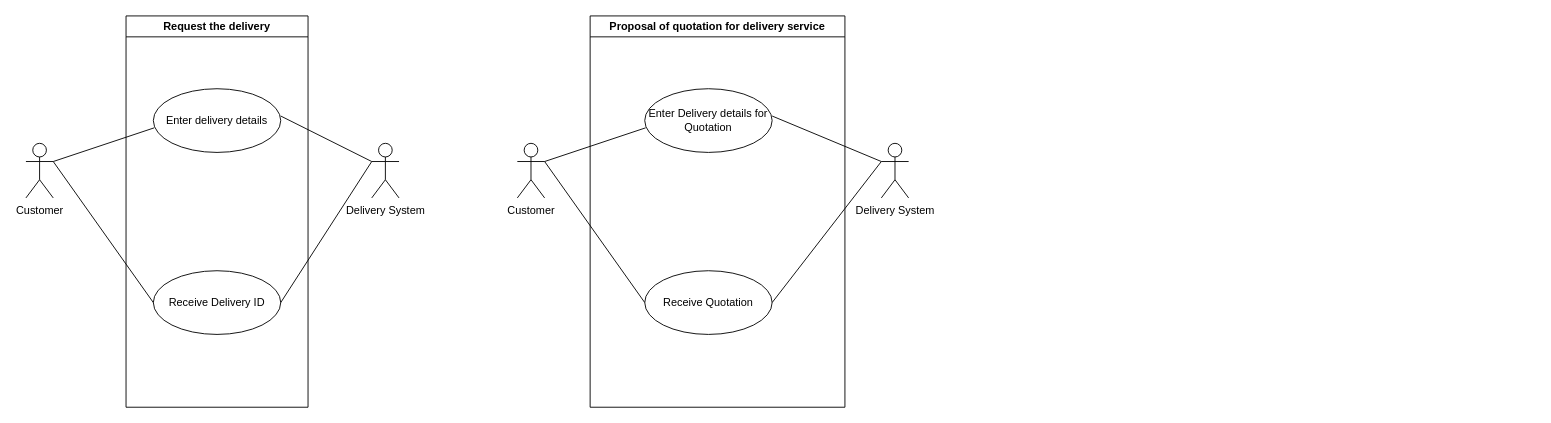
The draw.io diagram diagrams.drawio in thermoNuke1/The-blueprint--SOEN-343, before the edit. Source tidied: cells renumbered, new cells numbered last; positions are measured from the earlier drawing's top-left corner, leaving out a move shared by most shapes. Both pictures are drawn from the tidied source at 91%, with x=0, y=0 at pixel (25, 15).
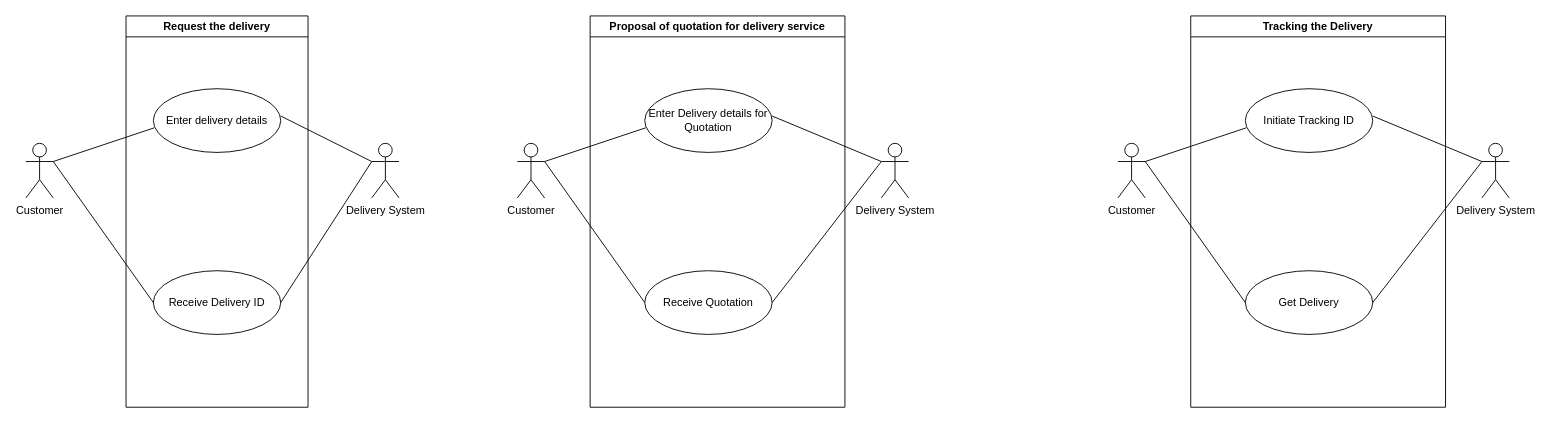
The same diagram, later.

What changed in the source:
```diff
@@
+    <mxCell id="20" value="Tracking the Delivery" style="swimlane;whiteSpace=wrap;html=1;" parent="1" vertex="1">
+      <mxGeometry x="1280" width="280" height="430" as="geometry" />
+    </mxCell>
+    <mxCell id="21" value="Initiate Tracking ID" style="ellipse;whiteSpace=wrap;html=1;" parent="20" vertex="1">
+      <mxGeometry x="60" y="80" width="140" height="70" as="geometry" />
+    </mxCell>
+    <mxCell id="22" value="Get Delivery" style="ellipse;whiteSpace=wrap;html=1;" parent="20" vertex="1">
+      <mxGeometry x="60" y="280" width="140" height="70" as="geometry" />
+    </mxCell>
+    <mxCell id="23" style="endArrow=none;html=1;rounded=0;exitX=1;exitY=0.3333333333333333;exitDx=0;exitDy=0;exitPerimeter=0;" parent="20" edge="1">
+      <mxGeometry relative="1" as="geometry">
+        <mxPoint x="200" y="110" as="sourcePoint" />
+        <mxPoint x="320" y="160" as="targetPoint" />
+      </mxGeometry>
+    </mxCell>
+    <mxCell id="24" style="endArrow=none;html=1;rounded=0;entryX=0.007;entryY=0.614;entryDx=0;entryDy=0;entryPerimeter=0;" parent="20" edge="1" target="21">
+      <mxGeometry relative="1" as="geometry">
+        <mxPoint x="-50" y="160" as="sourcePoint" />
+      </mxGeometry>
+    </mxCell>
+    <mxCell id="25" style="endArrow=none;html=1;rounded=0;entryX=0;entryY=0.5;entryDx=0;entryDy=0;exitX=1;exitY=0.3333333333333333;exitDx=0;exitDy=0;exitPerimeter=0;" parent="20" edge="1" target="22">
+      <mxGeometry relative="1" as="geometry">
+        <mxPoint x="-50" y="160" as="sourcePoint" />
+      </mxGeometry>
+    </mxCell>
+    <mxCell id="26" value="Customer" style="shape=umlActor;verticalLabelPosition=bottom;verticalAlign=top;html=1;" parent="1" vertex="1">
+      <mxGeometry x="1200" y="140" width="30" height="60" as="geometry" />
+    </mxCell>
+    <mxCell id="27" value="Delivery System" style="shape=umlActor;verticalLabelPosition=bottom;verticalAlign=top;html=1;outlineConnect=0;" parent="1" vertex="1">
+      <mxGeometry x="1600" y="140" width="30" height="60" as="geometry" />
+    </mxCell>
+    <mxCell id="28" style="endArrow=none;html=1;rounded=0;exitX=1;exitY=0.5;exitDx=0;exitDy=0;entryX=0;entryY=0.3333333333333333;entryDx=0;entryDy=0;entryPerimeter=0;" parent="1" edge="1" source="22" target="27">
+      <mxGeometry relative="1" as="geometry" />
+    </mxCell>
```
